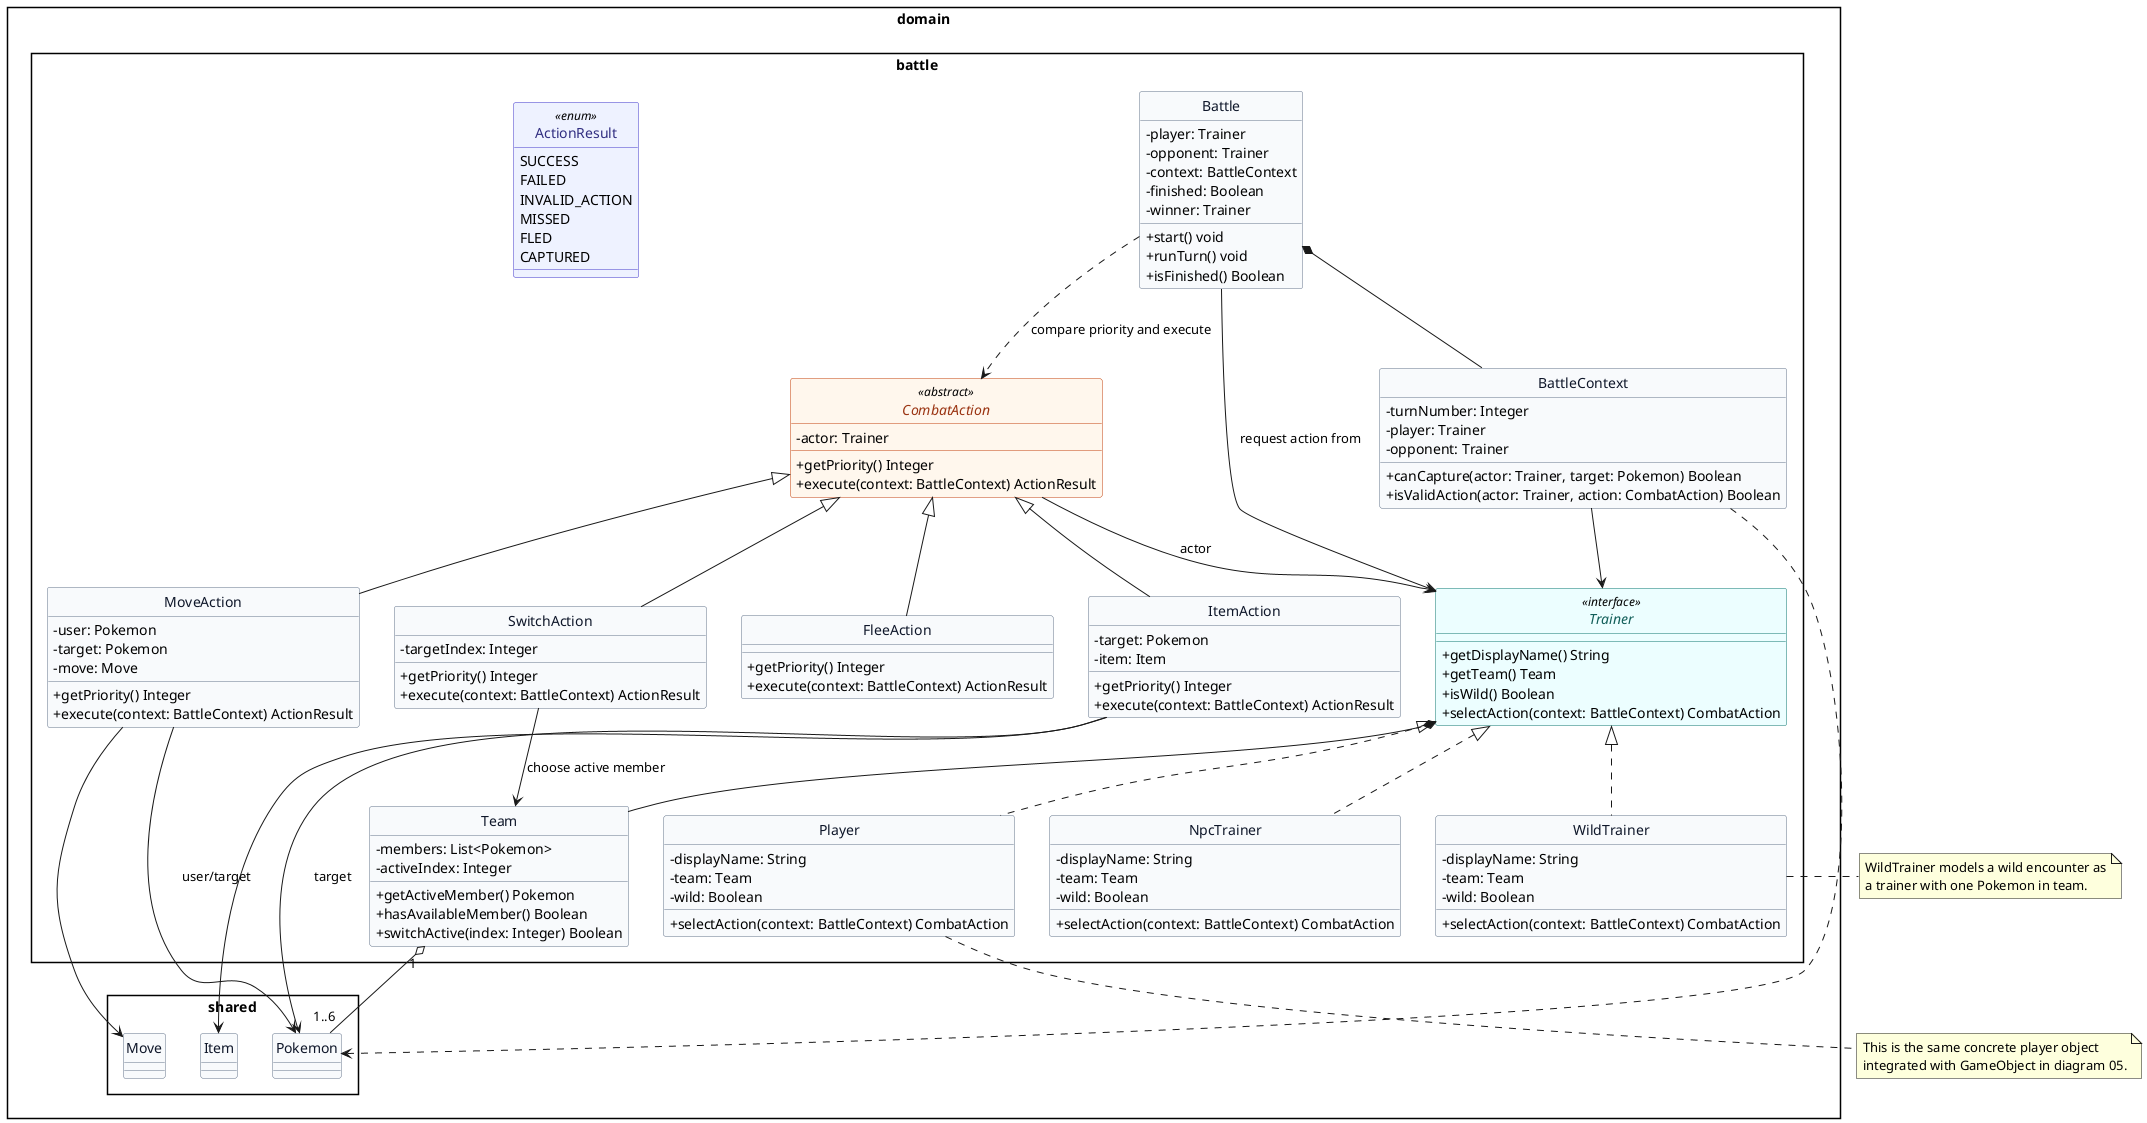
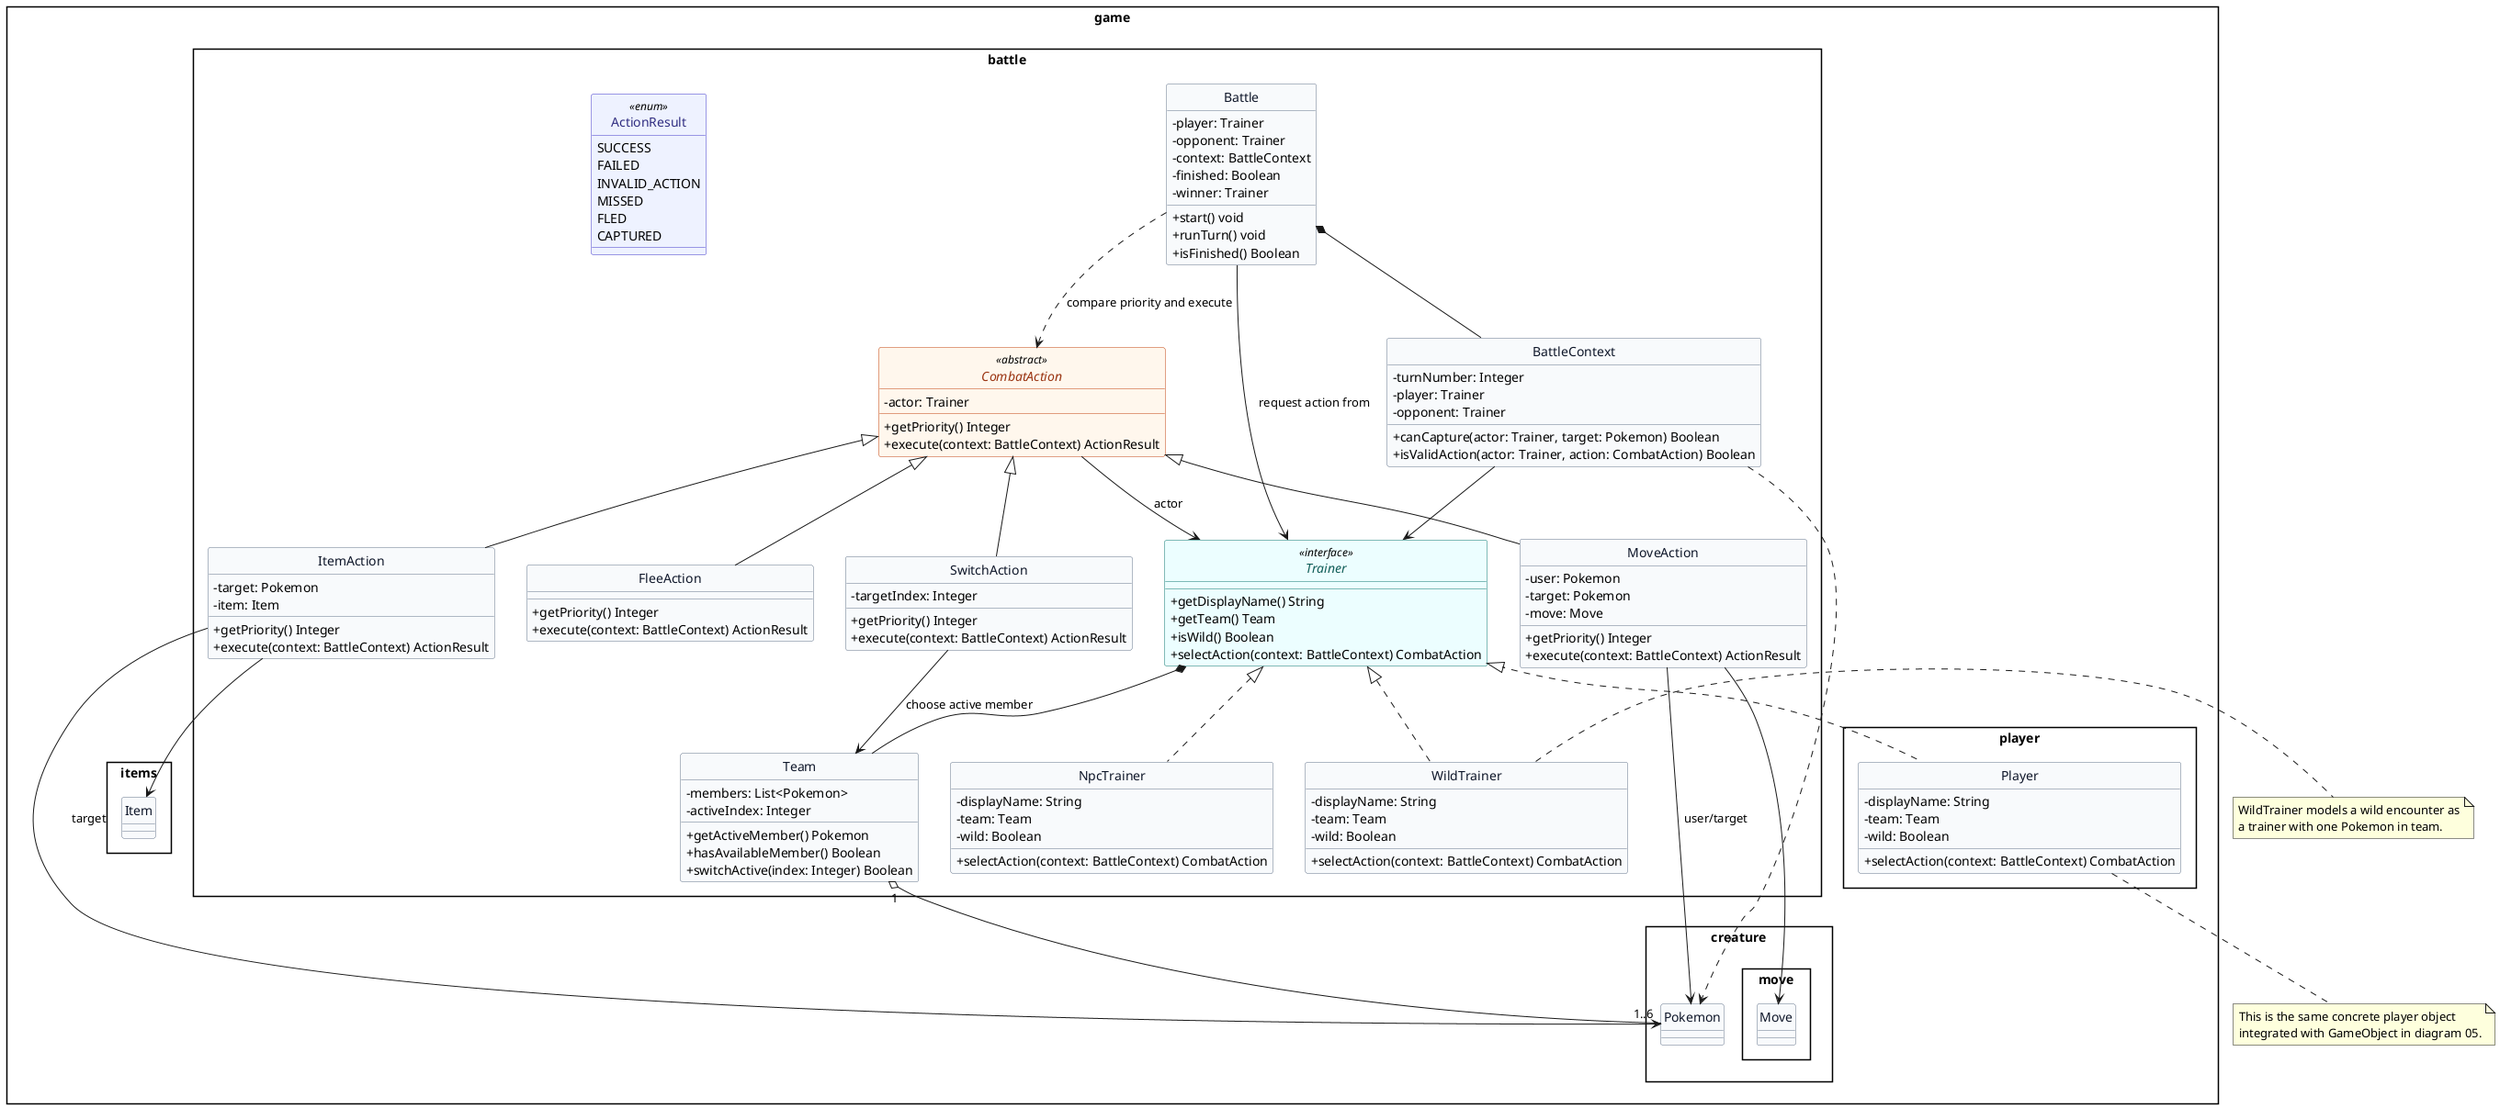
@startuml combat
skinparam style strictuml
skinparam packageStyle rectangle
skinparam shadowing false
skinparam classAttributeIconSize 0

skinparam class {
    BackgroundColor #F8FAFC
    BorderColor #64748B
    FontColor #0F172A
}

skinparam class<<abstract>> {
    BackgroundColor #FFF7ED
    BorderColor #C2410C
    FontColor #9A3412
}

skinparam class<<interface>> {
    BackgroundColor #ECFEFF
    BorderColor #0F766E
    FontColor #115E59
}

skinparam class<<enum>> {
    BackgroundColor #EEF2FF
    BorderColor #4338CA
    FontColor #312E81
}

- package "domain.battle" {
+ package "game.battle" {
    interface Trainer <<interface>> #ECFEFF {
        +getDisplayName() String
        +getTeam() Team
        +isWild() Boolean
-         +selectAction(context: BattleContext) CombatAction
-     }
- 
-     class Player #F8FAFC {
-         -displayName: String
-         -team: Team
-         -wild: Boolean
        +selectAction(context: BattleContext) CombatAction
    }

    class NpcTrainer #F8FAFC {
        -displayName: String
        -team: Team
        -wild: Boolean
        +selectAction(context: BattleContext) CombatAction
    }

    class WildTrainer #F8FAFC {
        -displayName: String
        -team: Team
        -wild: Boolean
        +selectAction(context: BattleContext) CombatAction
    }

    class Team #F8FAFC {
        -members: List<Pokemon>
        -activeIndex: Integer
        +getActiveMember() Pokemon
        +hasAvailableMember() Boolean
        +switchActive(index: Integer) Boolean
    }

    class Battle #F8FAFC {
        -player: Trainer
        -opponent: Trainer
        -context: BattleContext
        -finished: Boolean
        -winner: Trainer
        +start() void
        +runTurn() void
        +isFinished() Boolean
    }

    class BattleContext #F8FAFC {
        -turnNumber: Integer
        -player: Trainer
        -opponent: Trainer
        +canCapture(actor: Trainer, target: Pokemon) Boolean
        +isValidAction(actor: Trainer, action: CombatAction) Boolean
    }

    abstract class CombatAction <<abstract>> #FFF7ED {
        -actor: Trainer
        +getPriority() Integer
        +execute(context: BattleContext) ActionResult
    }

    class MoveAction #F8FAFC {
        -user: Pokemon
        -target: Pokemon
        -move: Move
        +getPriority() Integer
        +execute(context: BattleContext) ActionResult
    }

    class ItemAction #F8FAFC {
        -target: Pokemon
        -item: Item
        +getPriority() Integer
        +execute(context: BattleContext) ActionResult
    }

    class SwitchAction #F8FAFC {
        -targetIndex: Integer
        +getPriority() Integer
        +execute(context: BattleContext) ActionResult
    }

    class FleeAction #F8FAFC {
        +getPriority() Integer
        +execute(context: BattleContext) ActionResult
    }

    enum ActionResult <<enum>> #EEF2FF {
        SUCCESS
        FAILED
        INVALID_ACTION
        MISSED
        FLED
        CAPTURED
    }
}

- package "domain.shared" {
+ package "game.player" {
+     class Player #F8FAFC {
+         -displayName: String
+         -team: Team
+         -wild: Boolean
+         +selectAction(context: BattleContext) CombatAction
+     }
+ }
+ 
+ package "game.creature" {
    class Pokemon #F8FAFC
+ }
+ 
+ package "game.creature.move" {
    class Move #F8FAFC
+ }
+ 
+ package "game.items" {
    class Item #F8FAFC
}

Trainer <|.. Player
Trainer <|.. NpcTrainer
Trainer <|.. WildTrainer

Trainer *-- Team
Team "1" o-- "1..6" Pokemon

Battle *-- BattleContext
Battle --> Trainer : request action from
Battle ..> CombatAction : compare priority and execute

CombatAction <|-- MoveAction
CombatAction <|-- ItemAction
CombatAction <|-- SwitchAction
CombatAction <|-- FleeAction

CombatAction --> Trainer : actor
MoveAction --> Pokemon : user/target
MoveAction --> Move
ItemAction --> Pokemon : target
ItemAction --> Item
SwitchAction --> Team : choose active member

BattleContext --> Trainer
BattleContext ..> Pokemon

note right of WildTrainer
WildTrainer models a wild encounter as
a trainer with one Pokemon in team.
end note

note bottom of Player
This is the same concrete player object
integrated with GameObject in diagram 05.
end note

@enduml